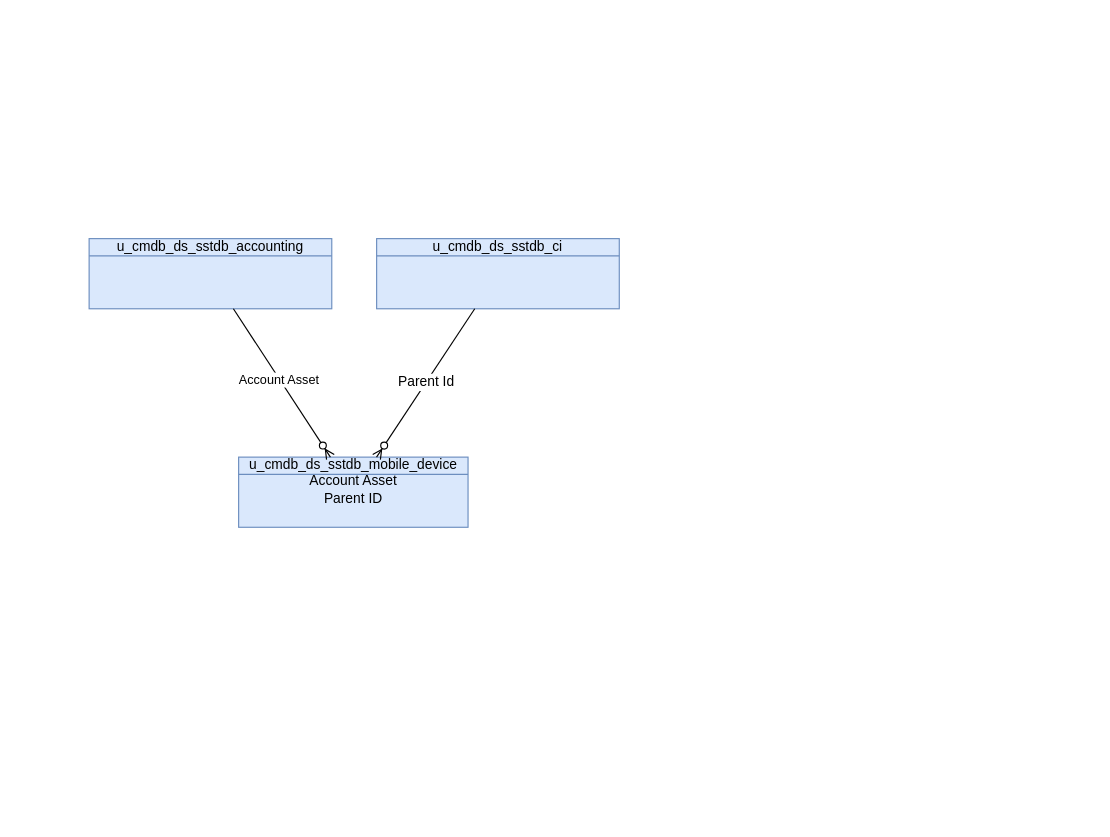
Above: page "MobileDev" (2 of 3) of DBsERD.drawio in algimas/tmp (draw.io), before the change. Source tidied: cells renumbered, new cells numbered last; positions are measured from the earlier drawing's top-left corner, leaving out a move shared by most shapes. Both pictures are drawn from the tidied source at 115%, with x=0, y=0 at pixel (89, 238).
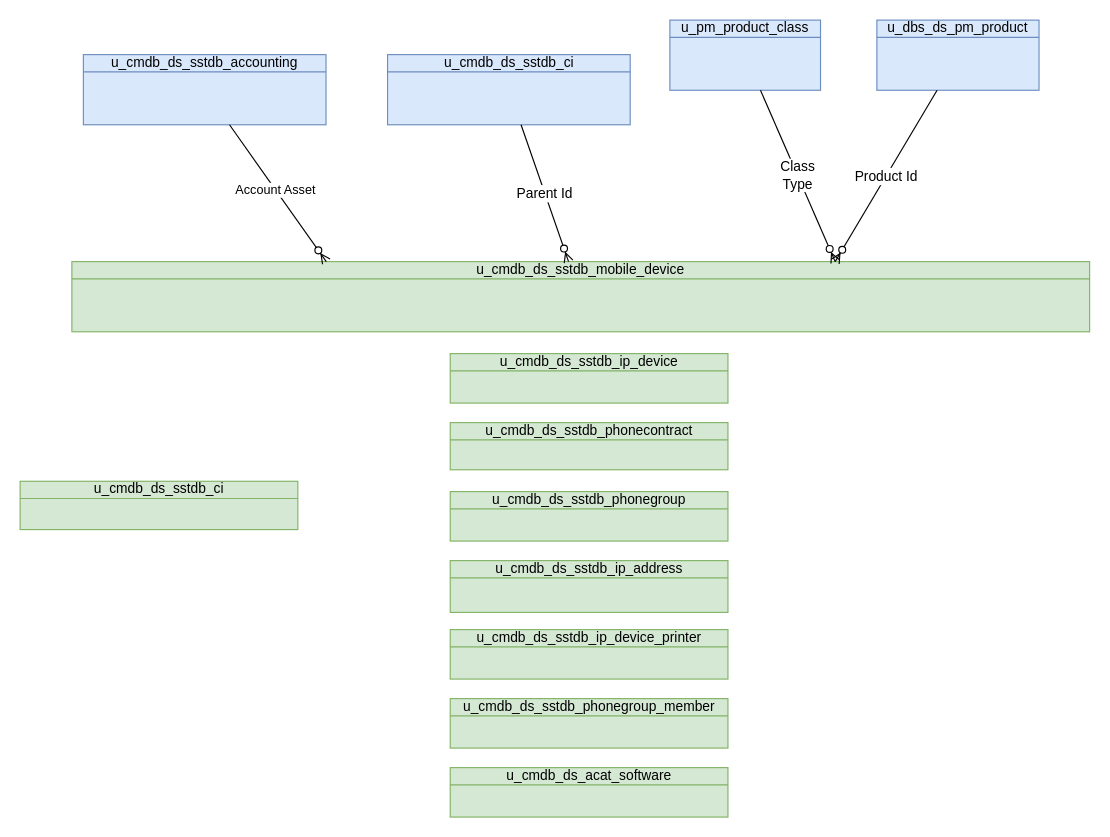
The same diagram, later.

The edit, as a diff of the source:
```diff
@@
 <mxGraphModel>
   <root>
     <mxCell id="0" />
     <mxCell id="1" parent="0" />
-    <mxCell id="2" value="u_cmdb_ds_sstdb_mobile_device&lt;br&gt;Account Asset&lt;br&gt;Parent ID" style="html=1;outlineConnect=0;whiteSpace=wrap;fillColor=#dae8fc;shape=mxgraph.archimate3.businessObject;overflow=fill;strokeColor=#6c8ebf;" parent="1" vertex="1">
-      <mxGeometry x="130" y="190" width="199.5" height="61" as="geometry" />
+    <mxCell id="2" value="u_cmdb_ds_sstdb_mobile_device" style="html=1;outlineConnect=0;whiteSpace=wrap;fillColor=#d5e8d4;shape=mxgraph.archimate3.businessObject;overflow=fill;strokeColor=#82b366;" parent="1" vertex="1">
+      <mxGeometry x="-15" y="20" width="885" height="61" as="geometry" />
     </mxCell>
     <mxCell id="3" value="u_cmdb_ds_sstdb_accounting" style="html=1;outlineConnect=0;whiteSpace=wrap;fillColor=#dae8fc;shape=mxgraph.archimate3.businessObject;overflow=fill;strokeColor=#6c8ebf;" parent="1" vertex="1">
-      <mxGeometry width="211" height="61" as="geometry" />
+      <mxGeometry x="-5" y="-160" width="211" height="61" as="geometry" />
     </mxCell>
-    <mxCell id="4" style="fontSize=12;html=1;endArrow=ERzeroToMany;endFill=1;rounded=0;" parent="1" edge="1" source="3" target="2">
+    <mxCell id="4" style="fontSize=12;html=1;endArrow=ERzeroToMany;endFill=1;rounded=0;entryX=0.25;entryY=0;entryDx=0;entryDy=0;entryPerimeter=0;" parent="1" edge="1" source="3" target="2">
       <mxGeometry relative="1" as="geometry" />
     </mxCell>
     <mxCell id="5" value="Account Asset" style="edgeLabel;html=1;align=center;verticalAlign=middle;" parent="4" vertex="1">
       <mxGeometry x="-0.05" y="-1" relative="1" as="geometry" />
     </mxCell>
     <mxCell id="6" value="u_cmdb_ds_sstdb_ci" style="html=1;outlineConnect=0;whiteSpace=wrap;fillColor=#dae8fc;shape=mxgraph.archimate3.businessObject;overflow=fill;strokeColor=#6c8ebf;" parent="1" vertex="1">
-      <mxGeometry x="250" width="211" height="61" as="geometry" />
+      <mxGeometry x="259.5" y="-160" width="211" height="61" as="geometry" />
     </mxCell>
     <mxCell id="7" value="Parent Id" style="fontSize=12;html=1;endArrow=ERzeroToMany;endFill=1;rounded=0;" parent="1" edge="1" source="6" target="2">
       <mxGeometry relative="1" as="geometry" />
     </mxCell>
+    <mxCell id="8" value="u_pm_product_class" style="html=1;outlineConnect=0;whiteSpace=wrap;fillColor=#dae8fc;shape=mxgraph.archimate3.businessObject;overflow=fill;strokeColor=#6c8ebf;" parent="1" vertex="1">
+      <mxGeometry x="505" y="-190" width="131" height="61" as="geometry" />
+    </mxCell>
+    <mxCell id="9" value="u_dbs_ds_pm_product" style="html=1;outlineConnect=0;whiteSpace=wrap;fillColor=#dae8fc;shape=mxgraph.archimate3.businessObject;overflow=fill;strokeColor=#6c8ebf;" parent="1" vertex="1">
+      <mxGeometry x="685" y="-190" width="141" height="61" as="geometry" />
+    </mxCell>
+    <mxCell id="10" value="Product Id" style="fontSize=12;html=1;endArrow=ERzeroToMany;endFill=1;rounded=0;entryX=0.75;entryY=0;entryDx=0;entryDy=0;entryPerimeter=0;" parent="1" edge="1" source="9" target="2">
+      <mxGeometry relative="1" as="geometry" />
+    </mxCell>
+    <mxCell id="11" value="Class&lt;br&gt;Type" style="fontSize=12;html=1;endArrow=ERzeroToMany;endFill=1;rounded=0;entryX=0.75;entryY=0;entryDx=0;entryDy=0;entryPerimeter=0;" parent="1" edge="1" source="8" target="2">
+      <mxGeometry relative="1" as="geometry" />
+    </mxCell>
+    <mxCell id="12" value="u_cmdb_ds_sstdb_ip_device" style="html=1;whiteSpace=wrap;fillColor=#d5e8d4;shape=mxgraph.archimate3.businessObject;overflow=fill;strokeColor=#82b366;" parent="1" vertex="1">
+      <mxGeometry x="314" y="100" width="241.5" height="43" as="geometry" />
+    </mxCell>
+    <mxCell id="13" value="u_cmdb_ds_sstdb_phonecontract" style="html=1;whiteSpace=wrap;fillColor=#d5e8d4;shape=mxgraph.archimate3.businessObject;overflow=fill;strokeColor=#82b366;" parent="1" vertex="1">
+      <mxGeometry x="314" y="160" width="241.5" height="41" as="geometry" />
+    </mxCell>
+    <mxCell id="14" value="u_cmdb_ds_sstdb_phonegroup" style="html=1;whiteSpace=wrap;fillColor=#d5e8d4;shape=mxgraph.archimate3.businessObject;overflow=fill;strokeColor=#82b366;" parent="1" vertex="1">
+      <mxGeometry x="314" y="220" width="241.5" height="43" as="geometry" />
+    </mxCell>
+    <mxCell id="15" value="u_cmdb_ds_sstdb_ip_address" style="html=1;whiteSpace=wrap;fillColor=#d5e8d4;shape=mxgraph.archimate3.businessObject;overflow=fill;strokeColor=#82b366;" parent="1" vertex="1">
+      <mxGeometry x="314" y="280" width="241.5" height="45" as="geometry" />
+    </mxCell>
+    <mxCell id="16" value="u_cmdb_ds_sstdb_ip_device_printer" style="html=1;whiteSpace=wrap;fillColor=#d5e8d4;shape=mxgraph.archimate3.businessObject;overflow=fill;strokeColor=#82b366;" parent="1" vertex="1">
+      <mxGeometry x="314" y="340" width="241.5" height="43" as="geometry" />
+    </mxCell>
+    <mxCell id="17" value="u_cmdb_ds_sstdb_phonegroup_member" style="html=1;whiteSpace=wrap;fillColor=#d5e8d4;shape=mxgraph.archimate3.businessObject;overflow=fill;strokeColor=#82b366;" parent="1" vertex="1">
+      <mxGeometry x="314" y="400" width="241.5" height="43" as="geometry" />
+    </mxCell>
+    <mxCell id="18" value="u_cmdb_ds_acat_software" style="html=1;whiteSpace=wrap;fillColor=#d5e8d4;shape=mxgraph.archimate3.businessObject;overflow=fill;strokeColor=#82b366;" parent="1" vertex="1">
+      <mxGeometry x="314" y="460" width="241.5" height="43" as="geometry" />
+    </mxCell>
+    <mxCell id="19" value="u_cmdb_ds_sstdb_ci" style="html=1;whiteSpace=wrap;fillColor=#d5e8d4;shape=mxgraph.archimate3.businessObject;overflow=fill;strokeColor=#82b366;" parent="1" vertex="1">
+      <mxGeometry x="-60" y="211" width="241.5" height="42" as="geometry" />
+    </mxCell>
   </root>
 </mxGraphModel>
```
